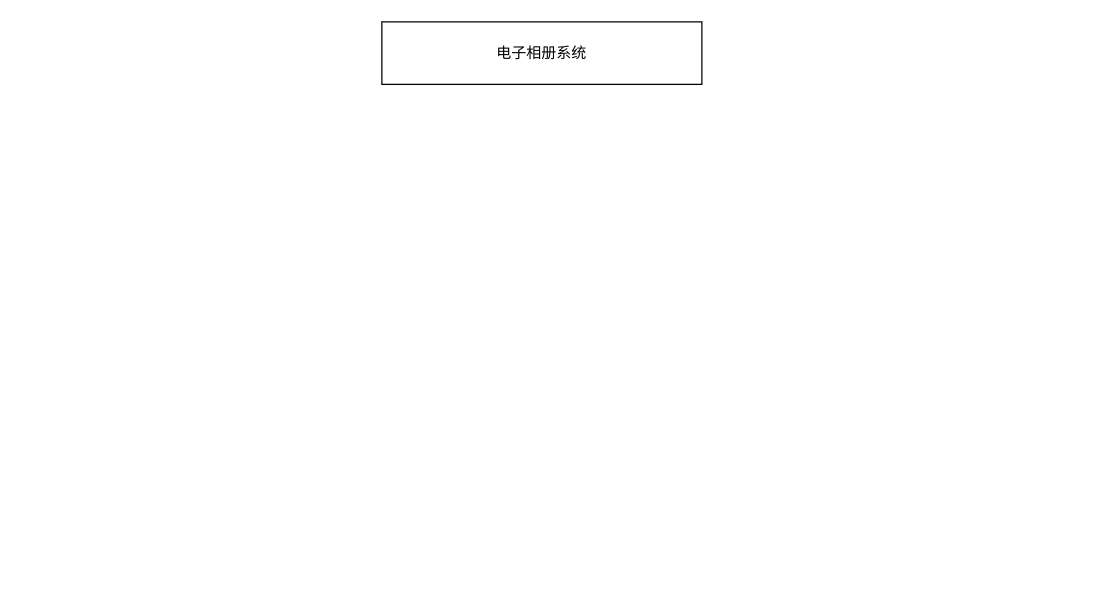
The draw.io diagram 系统框架.drawio in IRiDecenT/graph, before the edit. Source tidied: cells renumbered, new cells numbered last; positions are measured from the earlier drawing's top-left corner, leaving out a move shared by most shapes. Both pictures are drawn from the tidied source at 125%, with x=0, y=0 at pixel (381, 21).
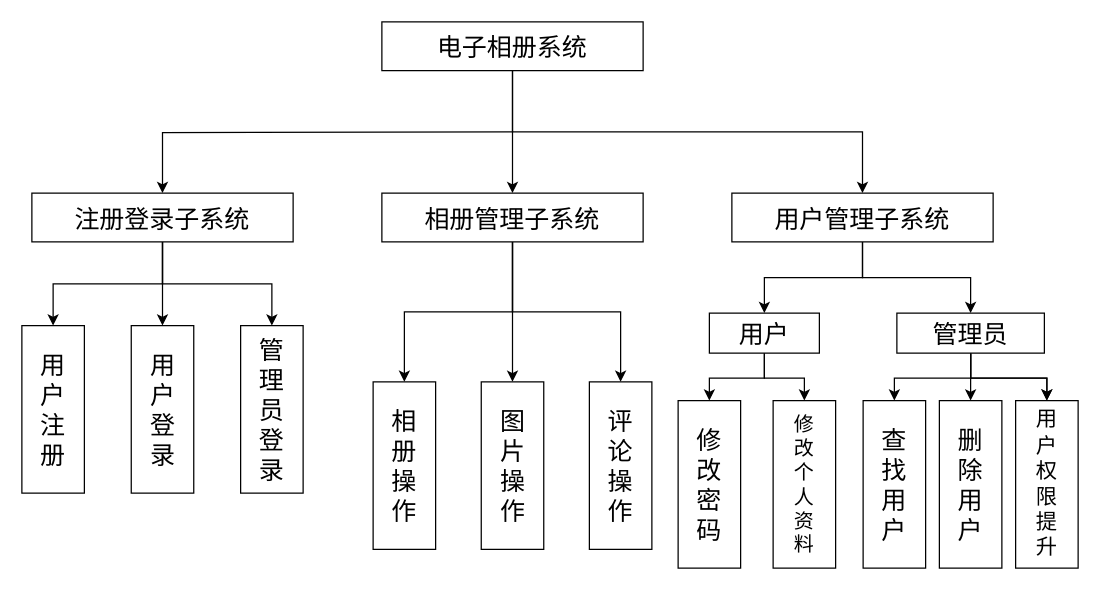
The same page after the edit.

Commit message (it also covers changes not shown here):
更新系统框架.drawio

Diff of the diagram source:
```diff
@@
+    <mxCell id="3" style="edgeStyle=orthogonalEdgeStyle;rounded=0;jettySize=auto;html=1;entryX=0.5;entryY=0;entryDx=0;entryDy=0;" parent="1" edge="1" source="2" target="13">
+      <mxGeometry relative="1" as="geometry" />
+    </mxCell>
+    <mxCell id="4" style="edgeStyle=orthogonalEdgeStyle;rounded=0;jettySize=auto;html=1;entryX=0.5;entryY=0;entryDx=0;entryDy=0;" parent="1" edge="1" target="9">
+      <mxGeometry relative="1" as="geometry">
+        <mxPoint x="105" y="88" as="sourcePoint" />
+      </mxGeometry>
+    </mxCell>
+    <mxCell id="5" style="edgeStyle=orthogonalEdgeStyle;rounded=0;jettySize=auto;html=1;entryX=0.5;entryY=0;entryDx=0;entryDy=0;" parent="1" edge="1" source="2" target="16">
+      <mxGeometry relative="1" as="geometry">
+        <Array as="points">
+          <mxPoint x="105" y="88" />
+          <mxPoint x="385" y="88" />
+        </Array>
+      </mxGeometry>
+    </mxCell>
-    <mxCell id="2" value="电子相册系统" style="rounded=0;whiteSpace=wrap;html=1;" parent="1" vertex="1">
-      <mxGeometry width="256" height="50" as="geometry" />
+    <mxCell id="2" value="&lt;font style=&quot;font-size: 20px;&quot;&gt;电子相册系统&lt;/font&gt;" style="rounded=0;whiteSpace=wrap;html=1;" parent="1" vertex="1">
+      <mxGeometry width="209" height="39" as="geometry" />
     </mxCell>
+    <mxCell id="6" style="edgeStyle=orthogonalEdgeStyle;rounded=0;jettySize=auto;html=1;entryX=0.5;entryY=0;entryDx=0;entryDy=0;" parent="1" edge="1" source="9" target="18">
+      <mxGeometry relative="1" as="geometry" />
+    </mxCell>
+    <mxCell id="7" style="edgeStyle=orthogonalEdgeStyle;rounded=0;jettySize=auto;html=1;entryX=0.5;entryY=0;entryDx=0;entryDy=0;" parent="1" edge="1" source="9" target="17">
+      <mxGeometry relative="1" as="geometry" />
+    </mxCell>
+    <mxCell id="8" style="edgeStyle=orthogonalEdgeStyle;rounded=0;jettySize=auto;html=1;entryX=0.5;entryY=0;entryDx=0;entryDy=0;" parent="1" edge="1" source="9" target="19">
+      <mxGeometry relative="1" as="geometry" />
+    </mxCell>
+    <mxCell id="9" value="&lt;font style=&quot;font-size: 20px;&quot;&gt;注册登录子系统&lt;/font&gt;" style="rounded=0;whiteSpace=wrap;html=1;" parent="1" vertex="1">
+      <mxGeometry x="-280" y="137" width="209" height="39" as="geometry" />
+    </mxCell>
+    <mxCell id="10" style="edgeStyle=orthogonalEdgeStyle;rounded=0;jettySize=auto;html=1;entryX=0.5;entryY=0;entryDx=0;entryDy=0;" parent="1" edge="1" source="13" target="21">
+      <mxGeometry relative="1" as="geometry" />
+    </mxCell>
+    <mxCell id="11" style="edgeStyle=orthogonalEdgeStyle;rounded=0;jettySize=auto;html=1;entryX=0.5;entryY=0;entryDx=0;entryDy=0;" parent="1" edge="1" source="13" target="20">
+      <mxGeometry relative="1" as="geometry" />
+    </mxCell>
+    <mxCell id="12" style="edgeStyle=orthogonalEdgeStyle;rounded=0;jettySize=auto;html=1;entryX=0.5;entryY=0;entryDx=0;entryDy=0;" parent="1" edge="1" source="13" target="22">
+      <mxGeometry relative="1" as="geometry" />
+    </mxCell>
+    <mxCell id="13" value="&lt;font style=&quot;font-size: 20px;&quot;&gt;相册管理子系统&lt;/font&gt;" style="rounded=0;whiteSpace=wrap;html=1;" parent="1" vertex="1">
+      <mxGeometry y="137" width="209" height="39" as="geometry" />
+    </mxCell>
+    <mxCell id="14" style="edgeStyle=orthogonalEdgeStyle;rounded=0;jettySize=auto;html=1;entryX=0.5;entryY=0;entryDx=0;entryDy=0;" parent="1" edge="1" source="16" target="25">
+      <mxGeometry relative="1" as="geometry" />
+    </mxCell>
+    <mxCell id="15" style="edgeStyle=orthogonalEdgeStyle;rounded=0;jettySize=auto;html=1;" parent="1" edge="1" source="16" target="30">
+      <mxGeometry relative="1" as="geometry" />
+    </mxCell>
+    <mxCell id="16" value="&lt;font style=&quot;font-size: 20px;&quot;&gt;用户管理子系统&lt;/font&gt;" style="rounded=0;whiteSpace=wrap;html=1;" parent="1" vertex="1">
+      <mxGeometry x="280" y="137" width="209" height="39" as="geometry" />
+    </mxCell>
+    <mxCell id="17" value="&lt;font style=&quot;font-size: 20px;&quot;&gt;用&lt;br&gt;户&lt;br&gt;注&lt;br&gt;册&lt;/font&gt;" style="rounded=0;whiteSpace=wrap;html=1;" parent="1" vertex="1">
+      <mxGeometry x="-288" y="243" width="50" height="134" as="geometry" />
+    </mxCell>
+    <mxCell id="18" value="&lt;font style=&quot;font-size: 20px;&quot;&gt;用&lt;br&gt;户&lt;br&gt;登&lt;br&gt;录&lt;br&gt;&lt;/font&gt;" style="rounded=0;whiteSpace=wrap;html=1;" parent="1" vertex="1">
+      <mxGeometry x="-200.5" y="243" width="50" height="134" as="geometry" />
+    </mxCell>
+    <mxCell id="19" value="&lt;font style=&quot;font-size: 20px;&quot;&gt;管&lt;br&gt;理&lt;br&gt;员&lt;br&gt;登&lt;br&gt;录&lt;br&gt;&lt;/font&gt;" style="rounded=0;whiteSpace=wrap;html=1;" parent="1" vertex="1">
+      <mxGeometry x="-113" y="243" width="50" height="134" as="geometry" />
+    </mxCell>
+    <mxCell id="20" value="&lt;font style=&quot;font-size: 20px;&quot;&gt;相&lt;br&gt;册&lt;br&gt;操&lt;br&gt;作&lt;br&gt;&lt;/font&gt;" style="rounded=0;whiteSpace=wrap;html=1;" parent="1" vertex="1">
+      <mxGeometry x="-7" y="288" width="50" height="134" as="geometry" />
+    </mxCell>
+    <mxCell id="21" value="&lt;font style=&quot;font-size: 20px;&quot;&gt;图&lt;br&gt;片&lt;br&gt;操&lt;br&gt;作&lt;br&gt;&lt;/font&gt;" style="rounded=0;whiteSpace=wrap;html=1;" parent="1" vertex="1">
+      <mxGeometry x="79.5" y="288" width="50" height="134" as="geometry" />
+    </mxCell>
+    <mxCell id="22" value="&lt;font style=&quot;font-size: 20px;&quot;&gt;评&lt;br&gt;论&lt;br&gt;操&lt;br&gt;作&lt;br&gt;&lt;/font&gt;" style="rounded=0;whiteSpace=wrap;html=1;" parent="1" vertex="1">
+      <mxGeometry x="166" y="288" width="50" height="134" as="geometry" />
+    </mxCell>
+    <mxCell id="23" style="edgeStyle=orthogonalEdgeStyle;rounded=0;jettySize=auto;html=1;entryX=0.5;entryY=0;entryDx=0;entryDy=0;" parent="1" edge="1" source="25" target="31">
+      <mxGeometry relative="1" as="geometry" />
+    </mxCell>
+    <mxCell id="24" style="edgeStyle=orthogonalEdgeStyle;rounded=0;jettySize=auto;html=1;entryX=0.5;entryY=0;entryDx=0;entryDy=0;" parent="1" edge="1" source="25" target="32">
+      <mxGeometry relative="1" as="geometry" />
+    </mxCell>
+    <mxCell id="25" value="&lt;span style=&quot;font-size: 20px;&quot;&gt;用户&lt;/span&gt;" style="rounded=0;whiteSpace=wrap;html=1;" parent="1" vertex="1">
+      <mxGeometry x="262" y="233" width="88" height="32" as="geometry" />
+    </mxCell>
+    <mxCell id="26" style="edgeStyle=orthogonalEdgeStyle;rounded=0;jettySize=auto;html=1;" parent="1" edge="1" source="30" target="35">
+      <mxGeometry relative="1" as="geometry" />
+    </mxCell>
+    <mxCell id="27" style="edgeStyle=orthogonalEdgeStyle;rounded=0;jettySize=auto;html=1;" parent="1" edge="1" source="30" target="35">
+      <mxGeometry relative="1" as="geometry" />
+    </mxCell>
+    <mxCell id="28" style="edgeStyle=orthogonalEdgeStyle;rounded=0;jettySize=auto;html=1;entryX=0.5;entryY=0;entryDx=0;entryDy=0;" parent="1" edge="1" source="30" target="34">
+      <mxGeometry relative="1" as="geometry" />
+    </mxCell>
+    <mxCell id="29" style="edgeStyle=orthogonalEdgeStyle;rounded=0;jettySize=auto;html=1;entryX=0.5;entryY=0;entryDx=0;entryDy=0;" parent="1" edge="1" source="30" target="33">
+      <mxGeometry relative="1" as="geometry" />
+    </mxCell>
+    <mxCell id="30" value="&lt;span style=&quot;font-size: 20px;&quot;&gt;管理员&lt;/span&gt;" style="rounded=0;whiteSpace=wrap;html=1;" parent="1" vertex="1">
+      <mxGeometry x="412" y="233" width="118" height="32" as="geometry" />
+    </mxCell>
+    <mxCell id="31" value="&lt;font style=&quot;font-size: 20px;&quot;&gt;修&lt;br&gt;改&lt;br&gt;密&lt;br&gt;码&lt;br&gt;&lt;/font&gt;" style="rounded=0;whiteSpace=wrap;html=1;" parent="1" vertex="1">
+      <mxGeometry x="237" y="303" width="50" height="134" as="geometry" />
+    </mxCell>
+    <mxCell id="32" value="&lt;font style=&quot;font-size: 16px;&quot;&gt;修&lt;br&gt;改&lt;br&gt;个&lt;br&gt;人&lt;br&gt;资&lt;br&gt;料&lt;br&gt;&lt;/font&gt;" style="rounded=0;whiteSpace=wrap;html=1;" parent="1" vertex="1">
+      <mxGeometry x="313" y="303" width="50" height="134" as="geometry" />
+    </mxCell>
+    <mxCell id="33" value="&lt;font style=&quot;font-size: 20px;&quot;&gt;查&lt;br&gt;找&lt;br&gt;用&lt;br&gt;户&lt;br&gt;&lt;/font&gt;" style="rounded=0;whiteSpace=wrap;html=1;" parent="1" vertex="1">
+      <mxGeometry x="385" y="303" width="50" height="134" as="geometry" />
+    </mxCell>
+    <mxCell id="34" value="&lt;font style=&quot;font-size: 20px;&quot;&gt;删&lt;br&gt;除&lt;br&gt;用&lt;br&gt;户&lt;br&gt;&lt;/font&gt;" style="rounded=0;whiteSpace=wrap;html=1;" parent="1" vertex="1">
+      <mxGeometry x="446" y="303" width="50" height="134" as="geometry" />
+    </mxCell>
+    <mxCell id="35" value="&lt;font style=&quot;font-size: 17px;&quot;&gt;用&lt;br&gt;户&lt;br&gt;权&lt;br&gt;限&lt;br&gt;提&lt;br&gt;升&lt;br&gt;&lt;/font&gt;" style="rounded=0;whiteSpace=wrap;html=1;" parent="1" vertex="1">
+      <mxGeometry x="507" y="303" width="50" height="134" as="geometry" />
+    </mxCell>
```
